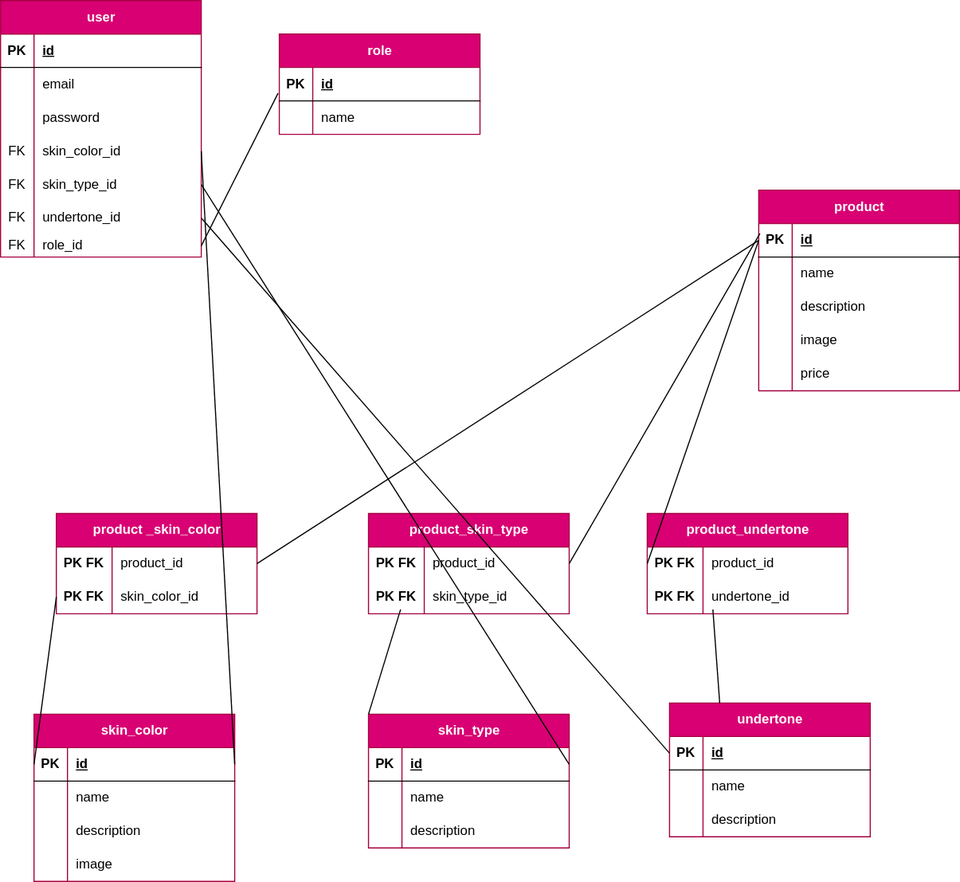
Earlier version of the draw.io export code/merise /MLD.drawio.svg (bibidevv/Shadee). Source tidied: cells renumbered, new cells last; positions are measured from the earlier drawing's top-left corner, leaving out a move shared by most shapes.
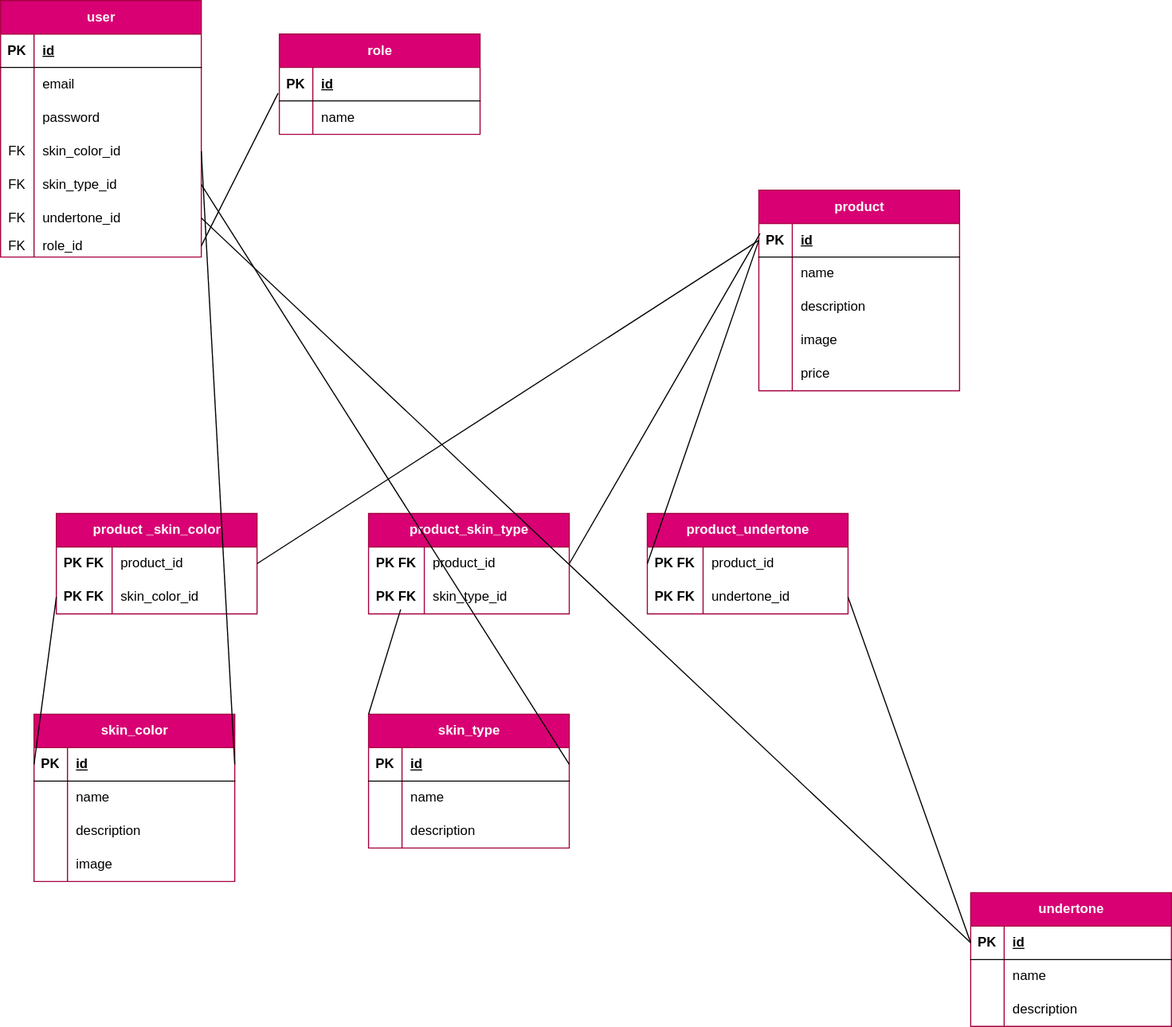
The same diagram one commit later.

Diff of the diagram source:
```diff
@@ -159,7 +159,7 @@
       <mxGeometry x="30" width="150" height="30" as="geometry" />
     </mxCell>
     <mxCell id="54" value="undertone" style="shape=table;startSize=30;rowLines=0;fontStyle=1;align=center;html=1;fillColor=#d80073;strokeColor=#A50040;fontColor=#ffffff;" parent="1" vertex="1">
-      <mxGeometry x="600" y="630" width="180" height="120" as="geometry" />
+      <mxGeometry x="870" y="800" width="180" height="120" as="geometry" />
     </mxCell>
     <mxCell id="55" style="shape=tableRow;horizontal=0;startSize=0;swimlaneHead=0;swimlaneBody=0;fillColor=none;points=[[0,0.5],[1,0.5]];portConstraint=eastwest;top=0;left=0;right=0;bottom=1;" parent="54" vertex="1">
       <mxGeometry y="30" width="180" height="30" as="geometry" />
@@ -314,7 +314,7 @@
     <mxCell id="105" value="undertone_id" style="shape=partialRectangle;fillColor=none;top=0;left=0;bottom=0;right=0;align=left;spacingLeft=6;overflow=hidden;whiteSpace=wrap;html=1;" parent="103" vertex="1">
       <mxGeometry x="50" width="130" height="30" as="geometry" />
     </mxCell>
-    <mxCell id="106" style="endArrow=none;html=1;rounded=0;entryX=0.327;entryY=0.867;entryDx=0;entryDy=0;entryPerimeter=0;exitX=0.25;exitY=0;exitDx=0;exitDy=0;" parent="1" edge="1" source="54" target="103">
+    <mxCell id="106" style="endArrow=none;html=1;rounded=0;entryX=1;entryY=0.5;entryDx=0;entryDy=0;exitX=0;exitY=0.5;exitDx=0;exitDy=0;" parent="1" edge="1" source="55" target="103">
       <mxGeometry relative="1" as="geometry" />
     </mxCell>
     <mxCell id="107" style="endArrow=none;html=1;rounded=0;exitX=0;exitY=0.5;exitDx=0;exitDy=0;entryX=0;entryY=0.5;entryDx=0;entryDy=0;" parent="1" edge="1" source="65" target="100">
```
